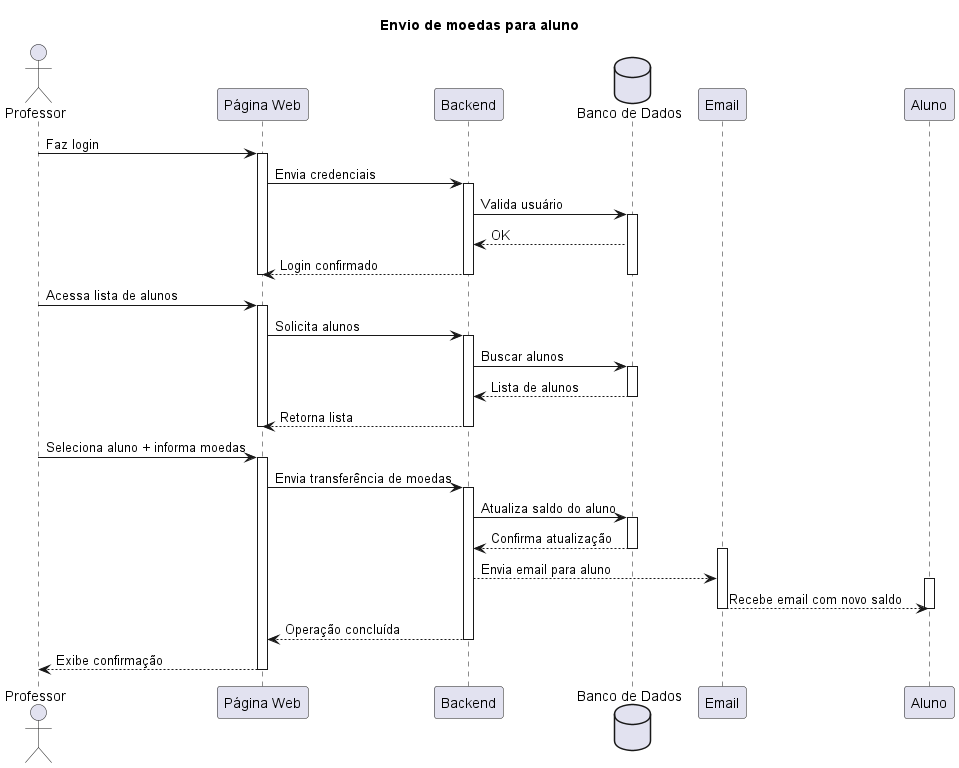
This is docs/sequence-diagrams/EnvioMoedaProfessor.png from jjoaom/PS-PUCMG-StudentCoin, a PlantUML export, as it was before one commit.
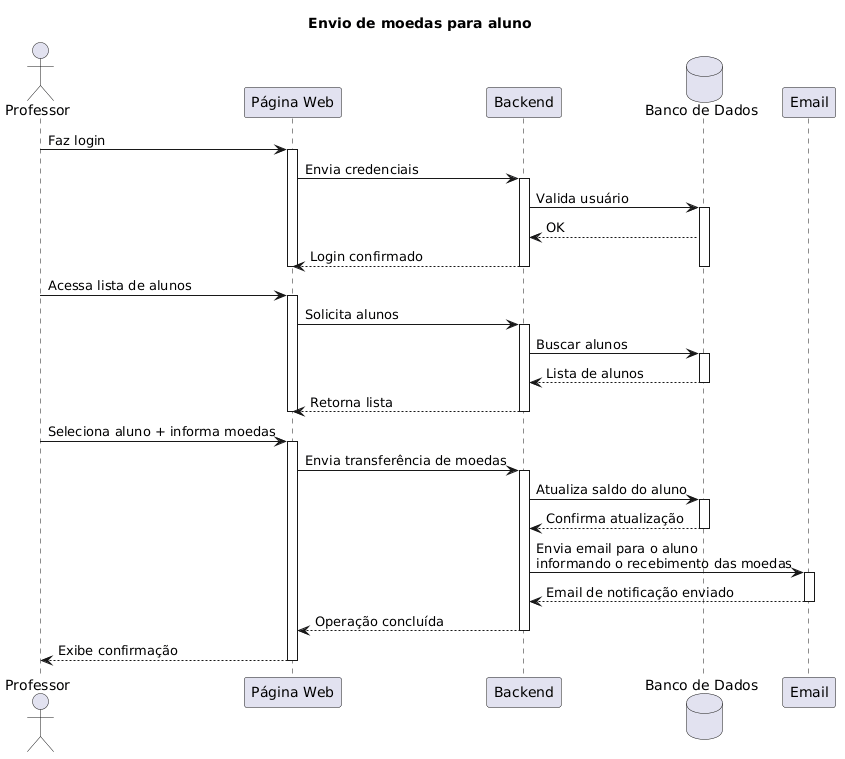
Later version of the same file.

Commit message:
update diagrama geral

The edit, as a diff of the source:
```diff
@@ -5,8 +5,7 @@
 participant "Página Web" as Frontend
 participant "Backend" as Backend
 database "Banco de Dados" as DB
-participant Email
-participant Aluno
+participant "Email" as Email
 
 Professor -> Frontend: Faz login
 activate Frontend
@@ -42,15 +41,14 @@
 activate DB
 DB --> Backend: Confirma atualização
 deactivate DB
+
+Backend -> Email: Envia email para o aluno\ninformando o recebimento das moedas
 activate Email
-Backend --> Email: Envia email para aluno
-activate Aluno
-Email --> Aluno: Recebe email com novo saldo
+Email --> Backend: Email de notificação enviado
 deactivate Email
-deactivate Aluno
+
 Backend --> Frontend: Operação concluída
 deactivate Backend
 Frontend --> Professor: Exibe confirmação
 deactivate Frontend
-
 @enduml
```
